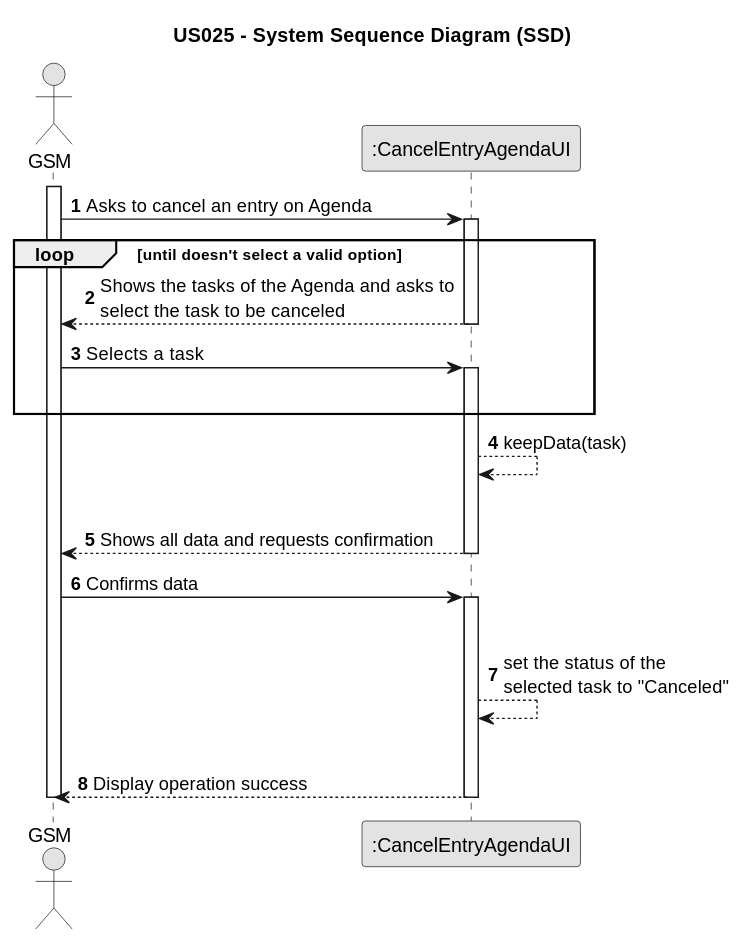
Earlier version of the PlantUML export docs/sprintC/us025/01.requirements-engineering/svg/us025-system-sequence-diagram.svg (Rui-San/LAPR2_2023_2024).
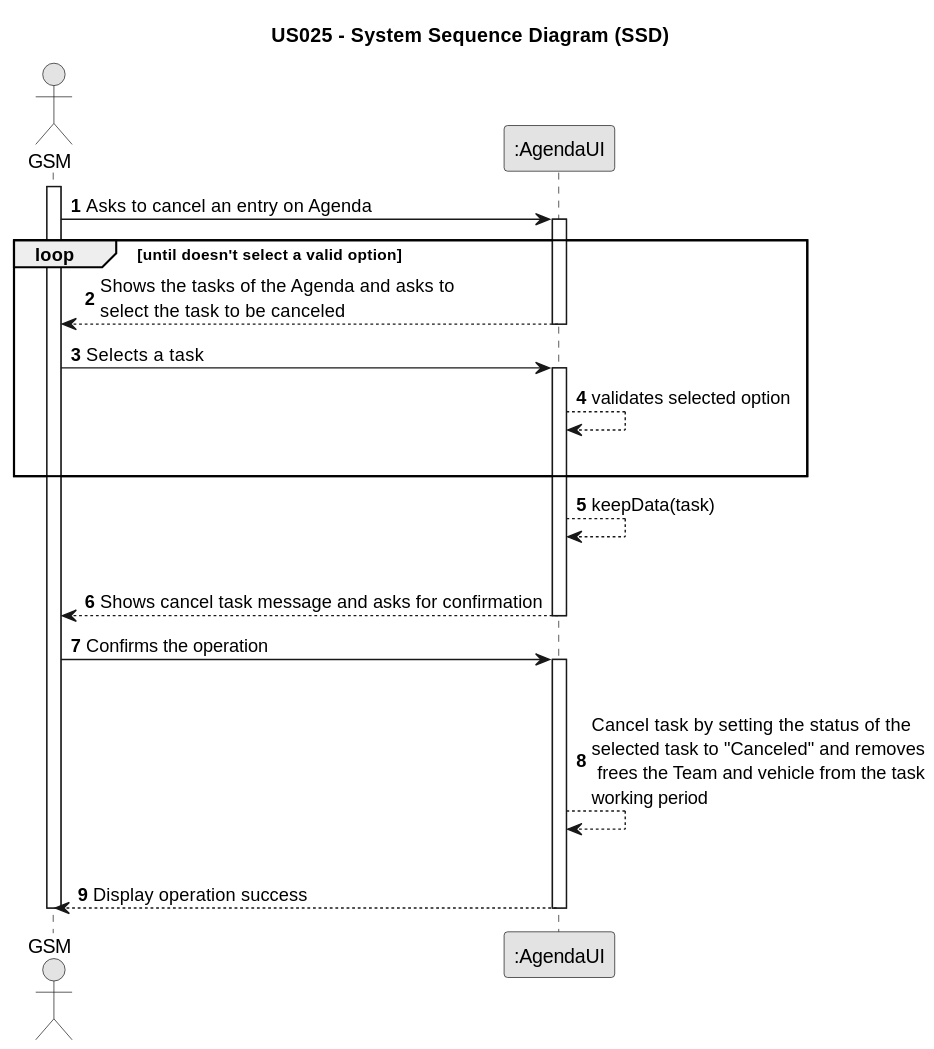
The same diagram one commit later.

What changed in the source:
```diff
@@ -8,7 +8,7 @@
 autonumber
 
 actor "GSM" as GSM
-participant ":CancelEntryAgendaUI" as UI
+participant ":AgendaUI" as UI
 
 
 activate GSM
@@ -22,20 +22,21 @@
 
     GSM -> UI : Selects a task
     activate UI
+    UI --> UI : validates selected option
         |||
         end
 
         UI --> UI : keepData(task)
         |||
 
-        UI --> GSM : Shows all data and requests confirmation
+        UI --> GSM : Shows cancel task message and asks for confirmation
     deactivate UI
 
-    GSM -> UI: Confirms data
+    GSM -> UI: Confirms the operation
 
     activate UI
         |||
-        UI --> UI : set the status of the\nselected task to "Canceled"
+        UI --> UI : Cancel task by setting the status of the\nselected task to "Canceled" and removes\n frees the Team and vehicle from the task\nworking period
         |||
         UI --> GSM : Display operation success
 
```
